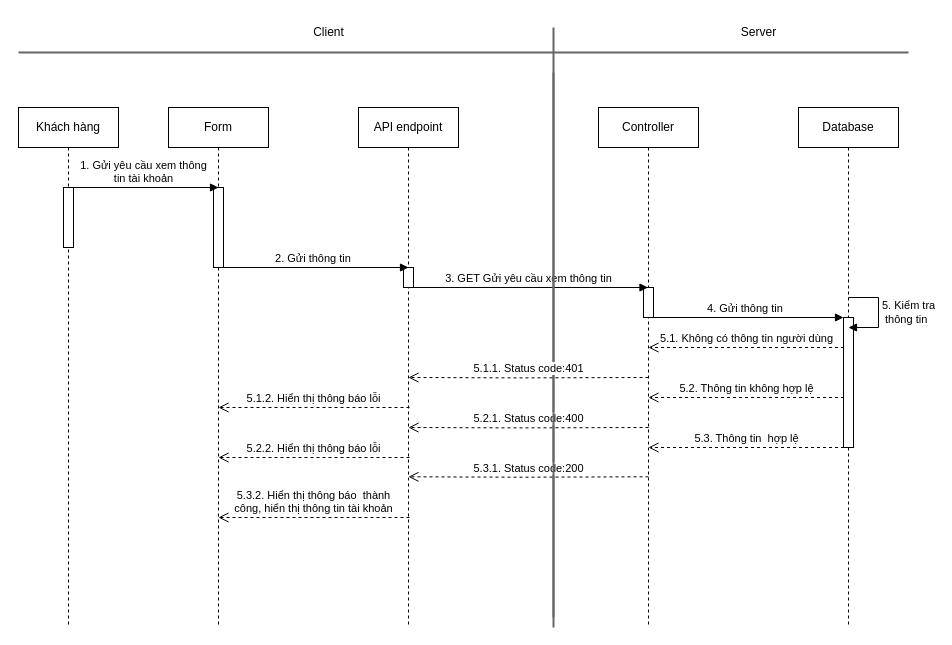
hieuNV0871/da keeps this draw.io diagram as page "Page-3" (3 of 4) of SD/SD_QUANLYTAIKHOAN.drawio. Above is the earlier version. Source tidied: cells renumbered, new cells numbered last; positions are measured from the earlier drawing's top-left corner, leaving out a move shared by most shapes. Both pictures are drawn from the tidied source at 100%, with x=0, y=0 at pixel (18, 17).
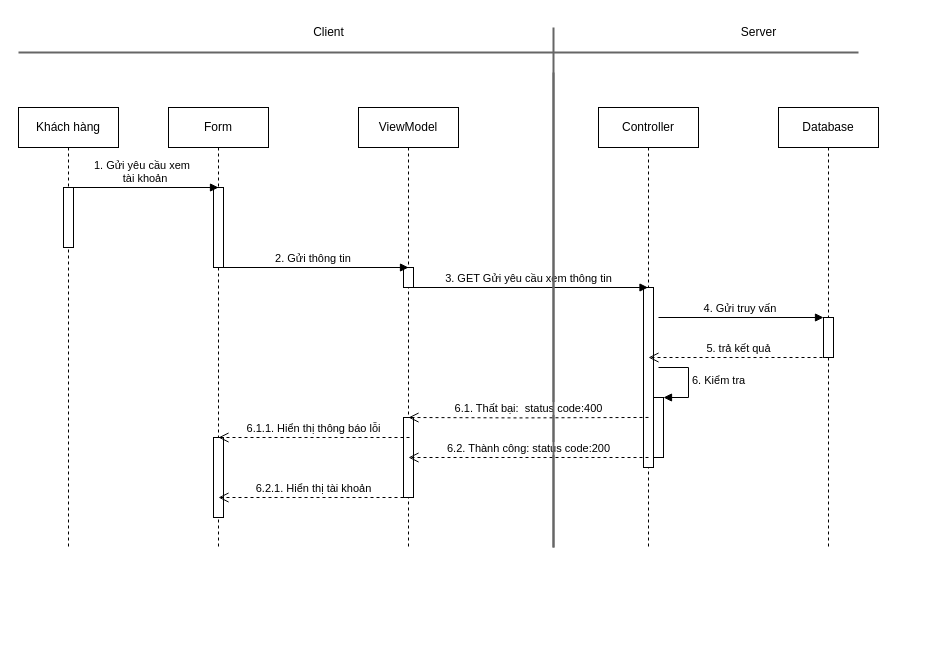
The same diagram, later.

Diff of the diagram source:
```diff
@@
     <mxCell id="2" value="Khách hàng" style="shape=umlLifeline;perimeter=lifelinePerimeter;whiteSpace=wrap;html=1;newEdgeStyle={&quot;curved&quot;:0,&quot;rounded&quot;:0};" parent="1" vertex="1">
-      <mxGeometry y="90" width="100" height="520" as="geometry" />
+      <mxGeometry y="90" width="100" height="440" as="geometry" />
     </mxCell>
@@
     <mxCell id="4" value="Form" style="shape=umlLifeline;perimeter=lifelinePerimeter;whiteSpace=wrap;html=1;newEdgeStyle={&quot;curved&quot;:0,&quot;rounded&quot;:0};" parent="1" vertex="1">
-      <mxGeometry x="150" y="90" width="100" height="520" as="geometry" />
+      <mxGeometry x="150" y="90" width="100" height="440" as="geometry" />
     </mxCell>
@@
+    <mxCell id="31" style="html=1;perimeter=orthogonalPerimeter;targetShapes=umlLifeline;newEdgeStyle={&quot;curved&quot;:0,&quot;rounded&quot;:0};" parent="4" vertex="1">
+      <mxGeometry x="45" y="330" width="10" height="80" as="geometry" />
+    </mxCell>
     <mxCell id="6" value="Controller" style="shape=umlLifeline;perimeter=lifelinePerimeter;whiteSpace=wrap;html=1;outlineConnect=0;portConstraint=eastwest;newEdgeStyle={&quot;curved&quot;:0,&quot;rounded&quot;:0};" parent="1" vertex="1">
-      <mxGeometry x="580" y="90" width="100" height="520" as="geometry" />
+      <mxGeometry x="580" y="90" width="100" height="440" as="geometry" />
     </mxCell>
-    <mxCell id="7" style="html=1;perimeter=orthogonalPerimeter;targetShapes=umlLifeline;newEdgeStyle={&quot;curved&quot;:0,&quot;rounded&quot;:0};" parent="6" vertex="1">
-      <mxGeometry x="45" y="180" width="10" height="30" as="geometry" />
-    </mxCell>
-    <mxCell id="8" value="1. Gửi yêu cầu xem thông&lt;br&gt;tin tài khoản" style="html=1;verticalAlign=bottom;endArrow=block;curved=0;rounded=0;" parent="1" edge="1">
-      <mxGeometry relative="1" as="geometry">
-        <mxPoint x="50" y="170" as="sourcePoint" />
-        <mxPoint x="200" y="170" as="targetPoint" />
-      </mxGeometry>
-    </mxCell>
+    <mxCell id="32" style="html=1;points=[[0,0,0,0,5],[0,1,0,0,-5],[1,0,0,0,5],[1,1,0,0,-5]];perimeter=orthogonalPerimeter;outlineConnect=0;targetShapes=umlLifeline;portConstraint=eastwest;newEdgeStyle={&quot;curved&quot;:0,&quot;rounded&quot;:0};" parent="6" vertex="1">
+      <mxGeometry x="45" y="180" width="10" height="180" as="geometry" />
+    </mxCell>
+    <mxCell id="33" style="html=1;points=[[0,0,0,0,5],[0,1,0,0,-5],[1,0,0,0,5],[1,1,0,0,-5]];perimeter=orthogonalPerimeter;outlineConnect=0;targetShapes=umlLifeline;portConstraint=eastwest;newEdgeStyle={&quot;curved&quot;:0,&quot;rounded&quot;:0};" parent="6" vertex="1">
+      <mxGeometry x="55" y="290" width="10" height="60" as="geometry" />
+    </mxCell>
+    <mxCell id="34" value="6. Kiểm tra" style="html=1;align=left;spacingLeft=2;endArrow=block;rounded=0;edgeStyle=orthogonalEdgeStyle;curved=0;rounded=0;" parent="6" edge="1" target="33">
+      <mxGeometry relative="1" as="geometry">
+        <mxPoint x="60" y="260" as="sourcePoint" />
+        <Array as="points">
+          <mxPoint x="90" y="290" />
+        </Array>
+      </mxGeometry>
+    </mxCell>
+    <mxCell id="35" value="1. Gửi yêu cầu xem&amp;nbsp;&lt;br&gt;&amp;nbsp;tài khoản" style="html=1;verticalAlign=bottom;endArrow=block;curved=0;rounded=0;" parent="1" edge="1">
+      <mxGeometry relative="1" as="geometry">
+        <mxPoint x="50" y="170" as="sourcePoint" />
+        <mxPoint x="200" y="170" as="targetPoint" />
+      </mxGeometry>
+    </mxCell>
@@
     <mxCell id="10" value="Database" style="shape=umlLifeline;perimeter=lifelinePerimeter;whiteSpace=wrap;html=1;newEdgeStyle={&quot;curved&quot;:0,&quot;rounded&quot;:0};" parent="1" vertex="1">
-      <mxGeometry x="780" y="90" width="100" height="520" as="geometry" />
+      <mxGeometry x="760" y="90" width="100" height="440" as="geometry" />
     </mxCell>
-    <mxCell id="11" style="html=1;points=[[0,0,0,0,5],[0,1,0,0,-5],[1,0,0,0,5],[1,1,0,0,-5]];perimeter=orthogonalPerimeter;outlineConnect=0;targetShapes=umlLifeline;portConstraint=eastwest;newEdgeStyle={&quot;curved&quot;:0,&quot;rounded&quot;:0};" parent="10" vertex="1">
-      <mxGeometry x="45" y="210" width="10" height="130" as="geometry" />
-    </mxCell>
-    <mxCell id="12" style="line;strokeWidth=2;html=1;fillColor=#f5f5f5;fontColor=#333333;strokeColor=#666666;" parent="1" vertex="1">
-      <mxGeometry y="30" width="890" height="10" as="geometry" />
-    </mxCell>
+    <mxCell id="36" style="html=1;points=[[0,0,0,0,5],[0,1,0,0,-5],[1,0,0,0,5],[1,1,0,0,-5]];perimeter=orthogonalPerimeter;outlineConnect=0;targetShapes=umlLifeline;portConstraint=eastwest;newEdgeStyle={&quot;curved&quot;:0,&quot;rounded&quot;:0};" parent="10" vertex="1">
+      <mxGeometry x="45" y="210" width="10" height="40" as="geometry" />
+    </mxCell>
+    <mxCell id="37" style="line;strokeWidth=2;html=1;fillColor=#f5f5f5;fontColor=#333333;strokeColor=#666666;" parent="1" vertex="1">
+      <mxGeometry y="30" width="840" height="10" as="geometry" />
+    </mxCell>
@@
-    <mxCell id="15" style="line;strokeWidth=2;direction=south;html=1;fillColor=#f5f5f5;fontColor=#333333;strokeColor=#666666;" parent="1" vertex="1">
-      <mxGeometry x="530" y="10" width="10" height="600" as="geometry" />
-    </mxCell>
-    <mxCell id="16" value="API endpoint" style="shape=umlLifeline;perimeter=lifelinePerimeter;whiteSpace=wrap;html=1;newEdgeStyle={&quot;curved&quot;:0,&quot;rounded&quot;:0};" parent="1" vertex="1">
-      <mxGeometry x="340" y="90" width="100" height="520" as="geometry" />
-    </mxCell>
+    <mxCell id="38" style="line;strokeWidth=2;direction=south;html=1;fillColor=#f5f5f5;fontColor=#333333;strokeColor=#666666;" parent="1" vertex="1">
+      <mxGeometry x="530" y="10" width="10" height="520" as="geometry" />
+    </mxCell>
+    <mxCell id="39" value="ViewModel" style="shape=umlLifeline;perimeter=lifelinePerimeter;whiteSpace=wrap;html=1;newEdgeStyle={&quot;curved&quot;:0,&quot;rounded&quot;:0};" parent="1" vertex="1">
+      <mxGeometry x="340" y="90" width="100" height="440" as="geometry" />
+    </mxCell>
-    <mxCell id="17" style="html=1;perimeter=orthogonalPerimeter;targetShapes=umlLifeline;newEdgeStyle={&quot;curved&quot;:0,&quot;rounded&quot;:0};" parent="16" vertex="1">
+    <mxCell id="17" style="html=1;perimeter=orthogonalPerimeter;targetShapes=umlLifeline;newEdgeStyle={&quot;curved&quot;:0,&quot;rounded&quot;:0};" parent="39" vertex="1">
       <mxGeometry x="45" y="160" width="10" height="20" as="geometry" />
     </mxCell>
+    <mxCell id="40" style="html=1;perimeter=orthogonalPerimeter;targetShapes=umlLifeline;newEdgeStyle={&quot;curved&quot;:0,&quot;rounded&quot;:0};" parent="39" vertex="1">
+      <mxGeometry x="45" y="310" width="10" height="80" as="geometry" />
+    </mxCell>
@@
-    <mxCell id="19" value="5. Kiểm tra&lt;br&gt;&amp;nbsp;thông tin" style="html=1;align=left;spacingLeft=2;endArrow=block;rounded=0;edgeStyle=orthogonalEdgeStyle;curved=0;rounded=0;" parent="1" edge="1">
-      <mxGeometry relative="1" as="geometry">
-        <mxPoint x="830" y="280" as="sourcePoint" />
-        <mxPoint x="830" y="310" as="targetPoint" />
-        <Array as="points">
-          <mxPoint x="860" y="310" />
-        </Array>
-      </mxGeometry>
-    </mxCell>
-    <mxCell id="20" value="4. Gửi thông tin&amp;nbsp;" style="html=1;verticalAlign=bottom;endArrow=block;curved=0;rounded=0;" parent="1" edge="1" target="11">
-      <mxGeometry relative="1" as="geometry">
-        <mxPoint x="630" y="300" as="sourcePoint" />
-      </mxGeometry>
-    </mxCell>
-    <mxCell id="21" value="5.2. Thông tin không hợp lệ" style="html=1;verticalAlign=bottom;endArrow=open;dashed=1;endSize=8;curved=0;rounded=0;" parent="1" edge="1">
-      <mxGeometry relative="1" as="geometry">
-        <mxPoint x="825.5" y="380" as="sourcePoint" />
-        <mxPoint x="630" y="380" as="targetPoint" />
-      </mxGeometry>
-    </mxCell>
-    <mxCell id="22" value="5.2.1. Status code:400" style="html=1;verticalAlign=bottom;endArrow=open;dashed=1;endSize=8;curved=0;rounded=0;" parent="1" edge="1">
-      <mxGeometry relative="1" as="geometry">
-        <mxPoint x="630" y="410" as="sourcePoint" />
-        <mxPoint x="390" y="410" as="targetPoint" />
-        <Array as="points">
-          <mxPoint x="500.5" y="410.4" />
-        </Array>
-      </mxGeometry>
-    </mxCell>
-    <mxCell id="23" value="5.3. Thông tin&amp;nbsp; hợp lệ" style="html=1;verticalAlign=bottom;endArrow=open;dashed=1;endSize=8;curved=0;rounded=0;" parent="1" edge="1">
-      <mxGeometry relative="1" as="geometry">
-        <mxPoint x="825.5" y="430" as="sourcePoint" />
-        <mxPoint x="630" y="430" as="targetPoint" />
-      </mxGeometry>
-    </mxCell>
-    <mxCell id="24" value="5.3.1. Status code:200" style="html=1;verticalAlign=bottom;endArrow=open;dashed=1;endSize=8;curved=0;rounded=0;" parent="1" edge="1">
-      <mxGeometry relative="1" as="geometry">
-        <mxPoint x="630" y="459.3" as="sourcePoint" />
-        <mxPoint x="390" y="459.3" as="targetPoint" />
-        <Array as="points">
-          <mxPoint x="500.5" y="459.7" />
-        </Array>
-      </mxGeometry>
-    </mxCell>
-    <mxCell id="25" style="line;strokeWidth=2;direction=south;html=1;fillColor=#f5f5f5;fontColor=#333333;strokeColor=#666666;" parent="1" vertex="1">
-      <mxGeometry x="530" y="55" width="10" height="545" as="geometry" />
-    </mxCell>
-    <mxCell id="26" value="5.2.2. Hiển thị thông báo lỗi" style="html=1;verticalAlign=bottom;endArrow=open;dashed=1;endSize=8;curved=0;rounded=0;" parent="1" edge="1">
-      <mxGeometry relative="1" as="geometry">
-        <mxPoint x="391" y="440" as="sourcePoint" />
-        <mxPoint x="200" y="440" as="targetPoint" />
-      </mxGeometry>
-    </mxCell>
-    <mxCell id="27" value="5.3.2. Hiển thị thông báo&amp;nbsp; thành&lt;br&gt;công, hiển thị thông tin tài khoản" style="html=1;verticalAlign=bottom;endArrow=open;dashed=1;endSize=8;curved=0;rounded=0;" parent="1" edge="1">
-      <mxGeometry relative="1" as="geometry">
-        <mxPoint x="391" y="500" as="sourcePoint" />
-        <mxPoint x="200" y="500" as="targetPoint" />
-      </mxGeometry>
-    </mxCell>
-    <mxCell id="28" value="5.1. Không có thông tin người dùng" style="html=1;verticalAlign=bottom;endArrow=open;dashed=1;endSize=8;curved=0;rounded=0;" parent="1" edge="1">
-      <mxGeometry relative="1" as="geometry">
-        <mxPoint x="825.5" y="330" as="sourcePoint" />
-        <mxPoint x="630" y="330" as="targetPoint" />
-      </mxGeometry>
-    </mxCell>
-    <mxCell id="29" value="5.1.1. Status code:401" style="html=1;verticalAlign=bottom;endArrow=open;dashed=1;endSize=8;curved=0;rounded=0;" parent="1" edge="1">
-      <mxGeometry relative="1" as="geometry">
-        <mxPoint x="630" y="360" as="sourcePoint" />
-        <mxPoint x="390" y="360" as="targetPoint" />
-        <Array as="points">
-          <mxPoint x="500.5" y="360.4" />
-        </Array>
-      </mxGeometry>
-    </mxCell>
-    <mxCell id="30" value="5.1.2. Hiển thị thông báo lỗi" style="html=1;verticalAlign=bottom;endArrow=open;dashed=1;endSize=8;curved=0;rounded=0;" parent="1" edge="1">
-      <mxGeometry relative="1" as="geometry">
-        <mxPoint x="391" y="390" as="sourcePoint" />
-        <mxPoint x="200" y="390" as="targetPoint" />
-      </mxGeometry>
-    </mxCell>
+    <mxCell id="41" value="4. Gửi truy vấn&amp;nbsp;" style="html=1;verticalAlign=bottom;endArrow=block;curved=0;rounded=0;" parent="1" edge="1" target="36">
+      <mxGeometry relative="1" as="geometry">
+        <mxPoint x="640" y="300" as="sourcePoint" />
+      </mxGeometry>
+    </mxCell>
+    <mxCell id="42" value="6.1. Thất bại:&amp;nbsp; status code:400" style="html=1;verticalAlign=bottom;endArrow=open;dashed=1;endSize=8;curved=0;rounded=0;exitX=0.5;exitY=0.722;exitDx=0;exitDy=0;exitPerimeter=0;" parent="1" edge="1" source="32">
+      <mxGeometry relative="1" as="geometry">
+        <mxPoint x="390" y="400" as="targetPoint" />
+        <Array as="points">
+          <mxPoint x="500.5" y="400.4" />
+        </Array>
+      </mxGeometry>
+    </mxCell>
+    <mxCell id="43" value="6.2. Thành công: status code:200" style="html=1;verticalAlign=bottom;endArrow=open;dashed=1;endSize=8;curved=0;rounded=0;" parent="1" edge="1">
+      <mxGeometry relative="1" as="geometry">
+        <mxPoint x="630" y="440" as="sourcePoint" />
+        <mxPoint x="390" y="440" as="targetPoint" />
+      </mxGeometry>
+    </mxCell>
+    <mxCell id="44" style="line;strokeWidth=2;direction=south;html=1;fillColor=#f5f5f5;fontColor=#333333;strokeColor=#666666;" parent="1" vertex="1">
+      <mxGeometry x="530" y="55" width="10" height="475" as="geometry" />
+    </mxCell>
+    <mxCell id="45" value="6.1.1. Hiển thị thông báo lỗi" style="html=1;verticalAlign=bottom;endArrow=open;dashed=1;endSize=8;curved=0;rounded=0;" parent="1" edge="1">
+      <mxGeometry relative="1" as="geometry">
+        <mxPoint x="391" y="420" as="sourcePoint" />
+        <mxPoint x="200" y="420" as="targetPoint" />
+      </mxGeometry>
+    </mxCell>
+    <mxCell id="46" value="6.2.1. Hiển thị tài khoản" style="html=1;verticalAlign=bottom;endArrow=open;dashed=1;endSize=8;curved=0;rounded=0;" parent="1" edge="1">
+      <mxGeometry relative="1" as="geometry">
+        <mxPoint x="391" y="480" as="sourcePoint" />
+        <mxPoint x="200" y="480" as="targetPoint" />
+      </mxGeometry>
+    </mxCell>
+    <mxCell id="47" value="5. trả kết quả" style="html=1;verticalAlign=bottom;endArrow=open;dashed=1;endSize=8;curved=0;rounded=0;" parent="1" edge="1">
+      <mxGeometry relative="1" as="geometry">
+        <mxPoint x="810" y="340" as="sourcePoint" />
+        <mxPoint x="630" y="340" as="targetPoint" />
+      </mxGeometry>
+    </mxCell>
```
